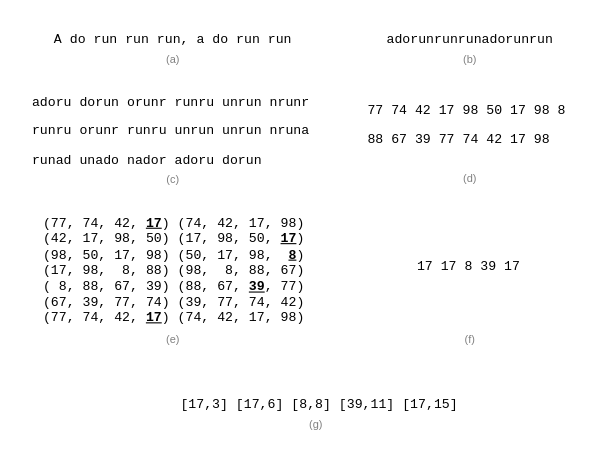
Above: resources/schemas/01-winnowing-example.drawio in tassiLuca/bachelor-thesis (draw.io), before the change. Source tidied: cells renumbered, new cells numbered last; positions are measured from the earlier drawing's top-left corner, leaving out a move shared by most shapes. Both pictures are drawn from the tidied source at 110%, with x=0, y=0 at pixel (19, 23).
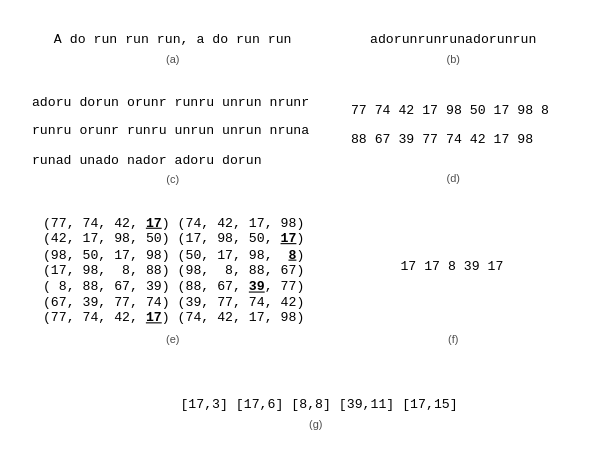
The same page after the edit.

Commit message (it also covers changes not shown here):
improve img

Change to the diagram source:
```diff
@@
 <mxGraphModel>
   <root>
     <mxCell id="0" />
     <mxCell id="1" parent="0" />
-    <mxCell id="2" value="&lt;font color=&quot;#808080&quot; style=&quot;font-size: 10px;&quot;&gt;(a)&lt;/font&gt;" style="text;html=1;strokeColor=none;fillColor=none;align=center;verticalAlign=middle;whiteSpace=wrap;rounded=0;" parent="1" vertex="1">
+    <mxCell id="2" value="&lt;font style=&quot;font-size: 10px;&quot;&gt;(a)&lt;/font&gt;" style="text;html=1;strokeColor=none;fillColor=none;align=center;verticalAlign=middle;whiteSpace=wrap;rounded=0;fontColor=#4D4D4D;" parent="1" vertex="1">
       <mxGeometry x="125" y="17" width="30" height="30" as="geometry" />
     </mxCell>
-    <mxCell id="3" value="&lt;font color=&quot;#808080&quot; style=&quot;font-size: 10px;&quot;&gt;(d)&lt;/font&gt;" style="text;html=1;strokeColor=none;fillColor=none;align=center;verticalAlign=top;whiteSpace=wrap;rounded=0;" parent="1" vertex="1">
-      <mxGeometry x="395" y="126" width="30" height="30" as="geometry" />
+    <mxCell id="3" value="&lt;font style=&quot;font-size: 10px;&quot;&gt;(d)&lt;/font&gt;" style="text;html=1;strokeColor=none;fillColor=none;align=center;verticalAlign=top;whiteSpace=wrap;rounded=0;fontColor=#4D4D4D;" parent="1" vertex="1">
+      <mxGeometry x="380" y="126" width="30" height="30" as="geometry" />
     </mxCell>
     <mxCell id="4" value="&lt;pre&gt;adorunrunrunadorunrun&lt;/pre&gt;" style="text;html=1;strokeColor=none;fillColor=none;align=center;verticalAlign=middle;whiteSpace=wrap;rounded=0;" parent="1" vertex="1">
-      <mxGeometry x="330" width="160" height="30" as="geometry" />
+      <mxGeometry x="315" width="160" height="30" as="geometry" />
     </mxCell>
     <mxCell id="5" value="&lt;pre&gt;A do run run run, a do run run&lt;br&gt;&lt;/pre&gt;" style="text;html=1;strokeColor=none;fillColor=none;align=center;verticalAlign=middle;whiteSpace=wrap;rounded=0;" parent="1" vertex="1">
       <mxGeometry width="280" height="30" as="geometry" />
     </mxCell>
     <mxCell id="6" value="&lt;pre&gt;adoru dorun orunr runru unrun nrunr &lt;/pre&gt;&lt;pre&gt;runru orunr runru unrun unrun nruna &lt;/pre&gt;&lt;pre&gt;runad unado nador adoru dorun&lt;/pre&gt;" style="text;whiteSpace=wrap;html=1;fontFamily=Helvetica;" parent="1" vertex="1">
       <mxGeometry x="10" y="46" width="260" height="100" as="geometry" />
     </mxCell>
-    <mxCell id="7" value="&lt;font color=&quot;#808080&quot;&gt;(c)&lt;/font&gt;" style="text;html=1;strokeColor=none;fillColor=none;align=center;verticalAlign=middle;whiteSpace=wrap;rounded=0;fontSize=10;" parent="1" vertex="1">
+    <mxCell id="7" value="&lt;font&gt;(c)&lt;/font&gt;" style="text;html=1;strokeColor=none;fillColor=none;align=center;verticalAlign=middle;whiteSpace=wrap;rounded=0;fontSize=10;fontColor=#4D4D4D;" parent="1" vertex="1">
       <mxGeometry x="125" y="126" width="30" height="30" as="geometry" />
     </mxCell>
     <mxCell id="8" value="&lt;pre&gt;77 74 42 17 98 50 17 98 8 &lt;/pre&gt;&lt;pre&gt;88 67 39 77 74 42 17 98&lt;/pre&gt;" style="text;whiteSpace=wrap;html=1;fontFamily=Helvetica;" parent="1" vertex="1">
-      <mxGeometry x="315" y="54" width="190" height="60" as="geometry" />
+      <mxGeometry x="300" y="54" width="190" height="60" as="geometry" />
     </mxCell>
-    <mxCell id="9" value="&lt;font color=&quot;#808080&quot; style=&quot;font-size: 10px;&quot;&gt;(b)&lt;/font&gt;" style="text;html=1;strokeColor=none;fillColor=none;align=center;verticalAlign=middle;whiteSpace=wrap;rounded=0;" parent="1" vertex="1">
-      <mxGeometry x="395" y="17" width="30" height="30" as="geometry" />
+    <mxCell id="9" value="&lt;font style=&quot;font-size: 10px;&quot;&gt;(b)&lt;/font&gt;" style="text;html=1;strokeColor=none;fillColor=none;align=center;verticalAlign=middle;whiteSpace=wrap;rounded=0;fontColor=#4D4D4D;" parent="1" vertex="1">
+      <mxGeometry x="380" y="17" width="30" height="30" as="geometry" />
     </mxCell>
     <mxCell id="10" value="&lt;pre style=&quot;font-size: 12px;&quot;&gt;(77, 74, 42, &lt;b&gt;&lt;u&gt;17&lt;/u&gt;&lt;/b&gt;) (74, 42, 17, 98)&lt;br&gt;(42, 17, 98, 50) (17, 98, 50, &lt;b&gt;&lt;u&gt;17&lt;/u&gt;&lt;/b&gt;)&lt;br&gt;(98, 50, 17, 98) (50, 17, 98,  &lt;b&gt;&lt;u&gt;8&lt;/u&gt;&lt;/b&gt;)&lt;br&gt;(17, 98,  8, 88) (98,  8, 88, 67)&lt;br&gt;( 8, 88, 67, 39) (88, 67, &lt;b&gt;&lt;u&gt;39&lt;/u&gt;&lt;/b&gt;, 77)&lt;br&gt;(67, 39, 77, 74) (39, 77, 74, 42)&lt;br&gt;(77, 74, 42, &lt;u&gt;&lt;b&gt;17&lt;/b&gt;&lt;/u&gt;) (74, 42, 17, 98)&lt;/pre&gt;" style="text;whiteSpace=wrap;html=1;fontSize=10;fontFamily=Helvetica;" parent="1" vertex="1">
       <mxGeometry x="20" y="156" width="240" height="130" as="geometry" />
     </mxCell>
-    <mxCell id="11" value="&lt;font color=&quot;#808080&quot;&gt;(e)&lt;/font&gt;" style="text;html=1;strokeColor=none;fillColor=none;align=center;verticalAlign=middle;whiteSpace=wrap;rounded=0;fontSize=10;" parent="1" vertex="1">
+    <mxCell id="11" value="&lt;font&gt;(e)&lt;/font&gt;" style="text;html=1;strokeColor=none;fillColor=none;align=center;verticalAlign=middle;whiteSpace=wrap;rounded=0;fontSize=10;fontColor=#4D4D4D;" parent="1" vertex="1">
       <mxGeometry x="125" y="272" width="30" height="30" as="geometry" />
     </mxCell>
     <mxCell id="12" value="&lt;pre&gt;17 17 8 39 17&lt;/pre&gt;" style="text;whiteSpace=wrap;html=1;fontSize=12;fontFamily=Helvetica;fontColor=#000000;" parent="1" vertex="1">
-      <mxGeometry x="360" y="195" width="100" height="40" as="geometry" />
+      <mxGeometry x="345" y="195" width="100" height="40" as="geometry" />
     </mxCell>
-    <mxCell id="13" value="&lt;font color=&quot;#808080&quot;&gt;(f)&lt;/font&gt;" style="text;html=1;strokeColor=none;fillColor=none;align=center;verticalAlign=middle;whiteSpace=wrap;rounded=0;fontSize=10;" parent="1" vertex="1">
-      <mxGeometry x="395" y="277" width="30" height="20" as="geometry" />
+    <mxCell id="13" value="&lt;font&gt;(f)&lt;/font&gt;" style="text;html=1;strokeColor=none;fillColor=none;align=center;verticalAlign=middle;whiteSpace=wrap;rounded=0;fontSize=10;fontColor=#4D4D4D;" parent="1" vertex="1">
+      <mxGeometry x="380" y="277" width="30" height="20" as="geometry" />
     </mxCell>
     <mxCell id="14" value="&lt;pre&gt;[17,3] [17,6] [8,8] [39,11] [17,15]&lt;/pre&gt;" style="text;whiteSpace=wrap;html=1;fontSize=12;fontFamily=Helvetica;fontColor=#000000;" parent="1" vertex="1">
       <mxGeometry x="145" y="321" width="250" height="30" as="geometry" />
     </mxCell>
-    <mxCell id="15" value="&lt;font color=&quot;#808080&quot;&gt;(g)&lt;/font&gt;" style="text;html=1;strokeColor=none;fillColor=none;align=center;verticalAlign=middle;whiteSpace=wrap;rounded=0;fontSize=10;" parent="1" vertex="1">
+    <mxCell id="15" value="&lt;font&gt;(g)&lt;/font&gt;" style="text;html=1;strokeColor=none;fillColor=none;align=center;verticalAlign=middle;whiteSpace=wrap;rounded=0;fontSize=10;fontColor=#4D4D4D;" parent="1" vertex="1">
       <mxGeometry x="255" y="354" width="30" height="20" as="geometry" />
     </mxCell>
   </root>
 </mxGraphModel>
```
